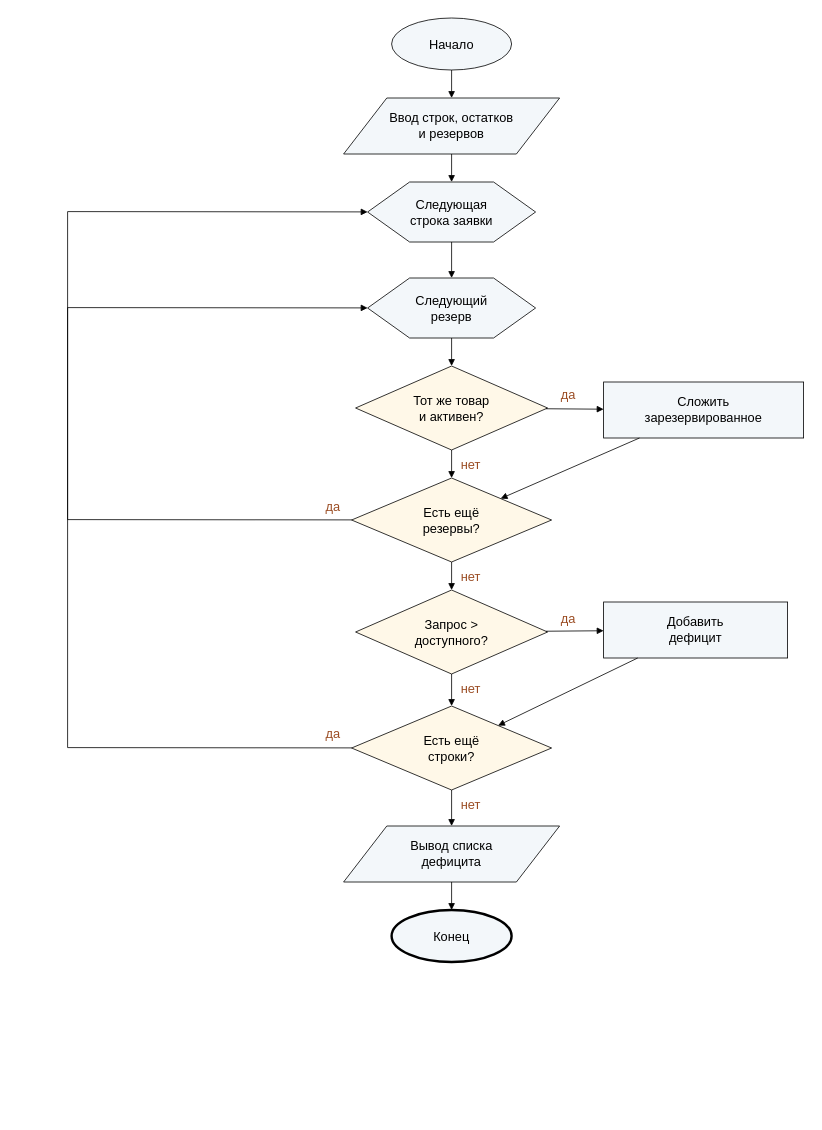
The draw.io diagram models/algo_1.drawio in iskanye/office-furniture, before the edit. Source tidied: cells renumbered, new cells numbered last; positions are measured from the earlier drawing's top-left corner, leaving out a move shared by most shapes. Both pictures are drawn from the tidied source at 80%, with x=0, y=0 at pixel (67, 18).
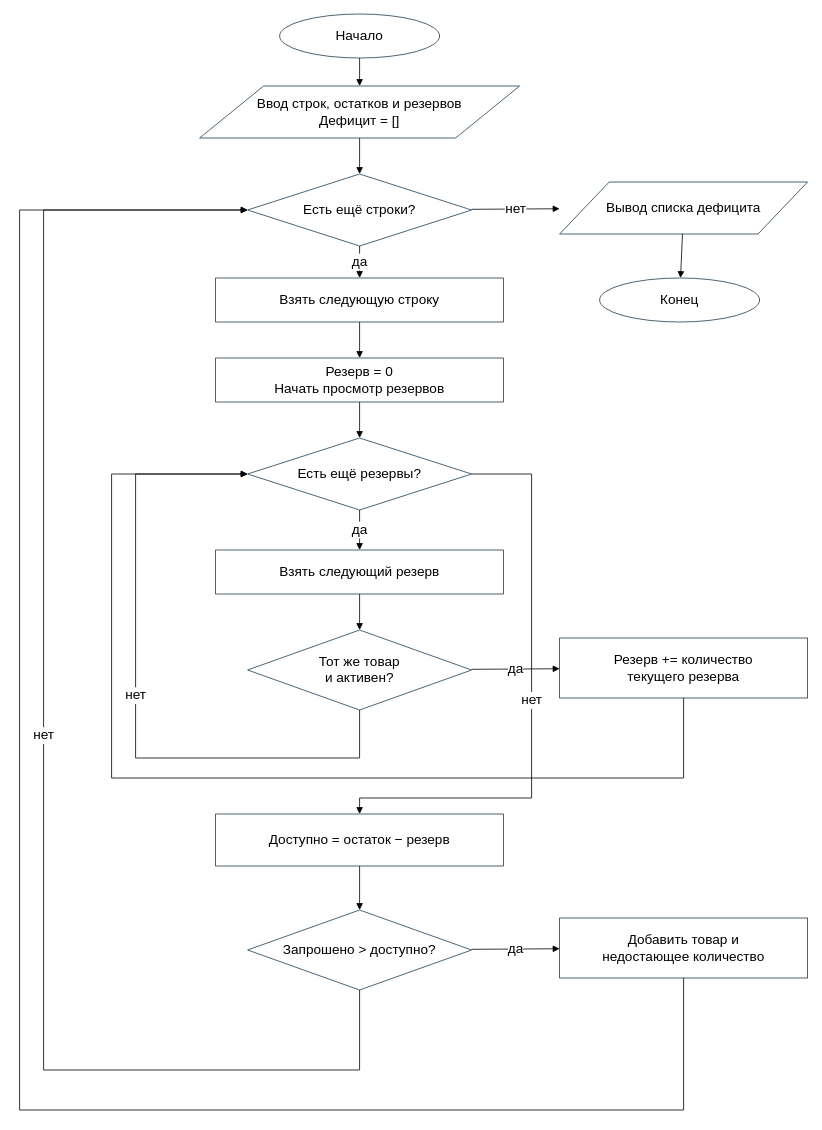
Above is the later version.

Commit message (it also covers changes not shown here):
Исправить BPMN и схему проверки доступности по замечаниям КТ2

Diff of the diagram source:
```diff
@@
-    <mxCell id="2" value="Начало" style="ellipse;whiteSpace=wrap;html=1;fillColor=#f3f7fa;fontSize=16;" parent="1" vertex="1">
-      <mxGeometry x="405" width="150" height="65" as="geometry" />
+    <mxCell id="2" value="Начало" style="shape=ellipse;whiteSpace=wrap;html=1;fontSize=17;fillColor=#ffffff;strokeColor=#233e52;" parent="1" vertex="1">
+      <mxGeometry x="265" y="-5" width="200" height="55" as="geometry" />
     </mxCell>
-    <mxCell id="3" value="Ввод строк, остатков&lt;br&gt;и резервов" style="shape=parallelogram;whiteSpace=wrap;html=1;fillColor=#f3f7fa;fontSize=16;" parent="1" vertex="1">
-      <mxGeometry x="345" y="100" width="270" height="70" as="geometry" />
-    </mxCell>
-    <mxCell id="4" value="Следующая&lt;br&gt;строка заявки" style="shape=hexagon;whiteSpace=wrap;html=1;fillColor=#f3f7fa;fontSize=16;" parent="1" vertex="1">
-      <mxGeometry x="375" y="205" width="210" height="75" as="geometry" />
-    </mxCell>
-    <mxCell id="5" value="Следующий&lt;br&gt;резерв" style="shape=hexagon;whiteSpace=wrap;html=1;fillColor=#f3f7fa;fontSize=16;" parent="1" vertex="1">
-      <mxGeometry x="375" y="325" width="210" height="75" as="geometry" />
-    </mxCell>
+    <mxCell id="37" value="Ввод строк, остатков и резервов&lt;br&gt;Дефицит = []" style="shape=parallelogram;whiteSpace=wrap;html=1;fontSize=17;fillColor=#ffffff;strokeColor=#233e52;" parent="1" vertex="1">
+      <mxGeometry x="165" y="85" width="400" height="65" as="geometry" />
+    </mxCell>
+    <mxCell id="38" value="Есть ещё строки?" style="shape=rhombus;whiteSpace=wrap;html=1;fontSize=17;fillColor=#ffffff;strokeColor=#233e52;" parent="1" vertex="1">
+      <mxGeometry x="225" y="195" width="280" height="90" as="geometry" />
+    </mxCell>
+    <mxCell id="39" value="Взять следующую строку" style="shape=rectangle;whiteSpace=wrap;html=1;fontSize=17;fillColor=#ffffff;strokeColor=#233e52;" parent="1" vertex="1">
+      <mxGeometry x="185" y="325" width="360" height="55" as="geometry" />
+    </mxCell>
+    <mxCell id="40" value="Резерв = 0&lt;br&gt;Начать просмотр резервов" style="shape=rectangle;whiteSpace=wrap;html=1;fontSize=17;fillColor=#ffffff;strokeColor=#233e52;" parent="1" vertex="1">
+      <mxGeometry x="185" y="425" width="360" height="55" as="geometry" />
+    </mxCell>
+    <mxCell id="8" value="Есть ещё резервы?" style="shape=rhombus;whiteSpace=wrap;html=1;fontSize=17;fillColor=#ffffff;strokeColor=#233e52;" parent="1" vertex="1">
+      <mxGeometry x="225" y="525" width="280" height="90" as="geometry" />
+    </mxCell>
+    <mxCell id="11" value="Взять следующий резерв" style="shape=rectangle;whiteSpace=wrap;html=1;fontSize=17;fillColor=#ffffff;strokeColor=#233e52;" parent="1" vertex="1">
+      <mxGeometry x="185" y="665" width="360" height="55" as="geometry" />
+    </mxCell>
-    <mxCell id="6" value="Тот же товар&lt;br&gt;и активен?" style="rhombus;whiteSpace=wrap;html=1;fillColor=#fff8e8;fontSize=16;" parent="1" vertex="1">
-      <mxGeometry x="360" y="435" width="240" height="105" as="geometry" />
+    <mxCell id="6" value="Тот же товар&lt;br&gt;и активен?" style="shape=rhombus;whiteSpace=wrap;html=1;fontSize=17;fillColor=#ffffff;strokeColor=#233e52;" parent="1" vertex="1">
+      <mxGeometry x="225" y="765" width="280" height="100" as="geometry" />
     </mxCell>
-    <mxCell id="7" value="Сложить&lt;br&gt;зарезервированное" style="rounded=0;whiteSpace=wrap;html=1;fillColor=#f3f7fa;fontSize=16;" parent="1" vertex="1">
-      <mxGeometry x="670" y="455" width="250" height="70" as="geometry" />
+    <mxCell id="7" value="Резерв += количество&lt;br&gt;текущего резерва" style="shape=rectangle;whiteSpace=wrap;html=1;fontSize=17;fillColor=#ffffff;strokeColor=#233e52;" parent="1" vertex="1">
+      <mxGeometry x="615" y="775" width="310" height="75" as="geometry" />
     </mxCell>
-    <mxCell id="8" value="Есть ещё&lt;br&gt;резервы?" style="rhombus;whiteSpace=wrap;html=1;fillColor=#fff8e8;fontSize=16;" parent="1" vertex="1">
-      <mxGeometry x="355" y="575" width="250" height="105" as="geometry" />
-    </mxCell>
+    <mxCell id="41" value="Доступно = остаток − резерв" style="shape=rectangle;whiteSpace=wrap;html=1;fontSize=17;fillColor=#ffffff;strokeColor=#233e52;" parent="1" vertex="1">
+      <mxGeometry x="185" y="995" width="360" height="65" as="geometry" />
+    </mxCell>
-    <mxCell id="9" value="Запрос &gt;&lt;br&gt;доступного?" style="rhombus;whiteSpace=wrap;html=1;fillColor=#fff8e8;fontSize=16;" parent="1" vertex="1">
-      <mxGeometry x="360" y="715" width="240" height="105" as="geometry" />
+    <mxCell id="9" value="Запрошено &gt; доступно?" style="shape=rhombus;whiteSpace=wrap;html=1;fontSize=17;fillColor=#ffffff;strokeColor=#233e52;" parent="1" vertex="1">
+      <mxGeometry x="225" y="1115" width="280" height="100" as="geometry" />
     </mxCell>
-    <mxCell id="10" value="Добавить&lt;br&gt;дефицит" style="rounded=0;whiteSpace=wrap;html=1;fillColor=#f3f7fa;fontSize=16;" parent="1" vertex="1">
-      <mxGeometry x="670" y="730" width="230" height="70" as="geometry" />
-    </mxCell>
-    <mxCell id="11" value="Есть ещё&lt;br&gt;строки?" style="rhombus;whiteSpace=wrap;html=1;fillColor=#fff8e8;fontSize=16;" parent="1" vertex="1">
-      <mxGeometry x="355" y="860" width="250" height="105" as="geometry" />
-    </mxCell>
+    <mxCell id="42" value="Добавить товар и&lt;br&gt;недостающее количество" style="shape=rectangle;whiteSpace=wrap;html=1;fontSize=17;fillColor=#ffffff;strokeColor=#233e52;" parent="1" vertex="1">
+      <mxGeometry x="615" y="1125" width="310" height="75" as="geometry" />
+    </mxCell>
-    <mxCell id="12" value="Вывод списка&lt;br&gt;дефицита" style="shape=parallelogram;whiteSpace=wrap;html=1;fillColor=#f3f7fa;fontSize=16;" parent="1" vertex="1">
-      <mxGeometry x="345" y="1010" width="270" height="70" as="geometry" />
+    <mxCell id="12" value="Вывод списка дефицита" style="shape=parallelogram;whiteSpace=wrap;html=1;fontSize=17;fillColor=#ffffff;strokeColor=#233e52;" parent="1" vertex="1">
+      <mxGeometry x="615" y="205" width="310" height="65" as="geometry" />
     </mxCell>
-    <mxCell id="13" value="Конец" style="ellipse;whiteSpace=wrap;html=1;strokeWidth=3;fillColor=#f3f7fa;fontSize=16;" parent="1" vertex="1">
-      <mxGeometry x="405" y="1115" width="150" height="65" as="geometry" />
+    <mxCell id="13" value="Конец" style="shape=ellipse;whiteSpace=wrap;html=1;fontSize=17;fillColor=#ffffff;strokeColor=#233e52;" parent="1" vertex="1">
+      <mxGeometry x="665" y="325" width="200" height="55" as="geometry" />
     </mxCell>
-    <mxCell id="14" style="endArrow=block;html=1;rounded=0;" parent="1" edge="1" source="2" target="3">
+    <mxCell id="14" style="endArrow=block;html=1;rounded=0;fontSize=17;" parent="1" edge="1" source="2" target="37">
       <mxGeometry relative="1" as="geometry" />
     </mxCell>
-    <mxCell id="15" style="endArrow=block;html=1;rounded=0;" parent="1" edge="1" source="3" target="4">
+    <mxCell id="15" style="endArrow=block;html=1;rounded=0;fontSize=17;" parent="1" edge="1" source="37" target="38">
       <mxGeometry relative="1" as="geometry" />
     </mxCell>
-    <mxCell id="16" style="endArrow=block;html=1;rounded=0;" parent="1" edge="1" source="4" target="5">
+    <mxCell id="16" value="да" style="endArrow=block;html=1;rounded=0;fontSize=17;" parent="1" edge="1" source="38" target="39">
       <mxGeometry relative="1" as="geometry" />
     </mxCell>
-    <mxCell id="17" style="endArrow=block;html=1;rounded=0;" parent="1" edge="1" source="5" target="6">
+    <mxCell id="17" value="нет" style="endArrow=block;html=1;rounded=0;fontSize=17;" parent="1" edge="1" source="38" target="12">
       <mxGeometry relative="1" as="geometry" />
     </mxCell>
-    <mxCell id="18" style="endArrow=block;html=1;rounded=0;" parent="1" edge="1" source="6" target="7">
+    <mxCell id="18" style="endArrow=block;html=1;rounded=0;fontSize=17;" parent="1" edge="1" source="12" target="13">
       <mxGeometry relative="1" as="geometry" />
     </mxCell>
-    <mxCell id="19" value="да" style="text;html=1;align=left;verticalAlign=middle;whiteSpace=wrap;fillColor=none;strokeColor=none;fontSize=16;fontColor=#9b4d24;" parent="1" vertex="1">
-      <mxGeometry x="615" y="459" width="45" height="24" as="geometry" />
-    </mxCell>
-    <mxCell id="20" style="endArrow=block;html=1;rounded=0;" parent="1" edge="1" source="6" target="8">
+    <mxCell id="20" style="endArrow=block;html=1;rounded=0;fontSize=17;" parent="1" edge="1" source="39" target="40">
       <mxGeometry relative="1" as="geometry" />
     </mxCell>
-    <mxCell id="21" value="нет" style="text;html=1;align=left;verticalAlign=middle;whiteSpace=wrap;fillColor=none;strokeColor=none;fontSize=16;fontColor=#9b4d24;" parent="1" vertex="1">
-      <mxGeometry x="490" y="546" width="45" height="24" as="geometry" />
-    </mxCell>
-    <mxCell id="22" style="endArrow=block;html=1;rounded=0;" parent="1" edge="1" source="7" target="8">
+    <mxCell id="22" style="endArrow=block;html=1;rounded=0;fontSize=17;" parent="1" edge="1" source="40" target="8">
       <mxGeometry relative="1" as="geometry" />
     </mxCell>
-    <mxCell id="23" style="endArrow=block;html=1;rounded=0;" parent="1" edge="1" source="8" target="5">
-      <mxGeometry relative="1" as="geometry">
-        <Array as="points">
-          <mxPoint y="627" />
-          <mxPoint y="362" />
-        </Array>
-      </mxGeometry>
+    <mxCell id="23" value="да" style="endArrow=block;html=1;rounded=0;fontSize=17;" parent="1" edge="1" source="8" target="11">
+      <mxGeometry relative="1" as="geometry" />
     </mxCell>
-    <mxCell id="24" value="да" style="text;html=1;align=left;verticalAlign=middle;whiteSpace=wrap;fillColor=none;strokeColor=none;fontSize=16;fontColor=#9b4d24;" parent="1" vertex="1">
-      <mxGeometry x="321" y="599" width="45" height="24" as="geometry" />
-    </mxCell>
-    <mxCell id="25" style="endArrow=block;html=1;rounded=0;" parent="1" edge="1" source="8" target="9">
+    <mxCell id="25" style="endArrow=block;html=1;rounded=0;fontSize=17;" parent="1" edge="1" source="11" target="6">
       <mxGeometry relative="1" as="geometry" />
     </mxCell>
-    <mxCell id="26" value="нет" style="text;html=1;align=left;verticalAlign=middle;whiteSpace=wrap;fillColor=none;strokeColor=none;fontSize=16;fontColor=#9b4d24;" parent="1" vertex="1">
-      <mxGeometry x="490" y="686" width="45" height="24" as="geometry" />
-    </mxCell>
-    <mxCell id="27" style="endArrow=block;html=1;rounded=0;" parent="1" edge="1" source="9" target="10">
+    <mxCell id="27" value="да" style="endArrow=block;html=1;rounded=0;fontSize=17;" parent="1" edge="1" source="6" target="7">
       <mxGeometry relative="1" as="geometry" />
     </mxCell>
-    <mxCell id="28" value="да" style="text;html=1;align=left;verticalAlign=middle;whiteSpace=wrap;fillColor=none;strokeColor=none;fontSize=16;fontColor=#9b4d24;" parent="1" vertex="1">
-      <mxGeometry x="615" y="739" width="45" height="24" as="geometry" />
-    </mxCell>
-    <mxCell id="29" style="endArrow=block;html=1;rounded=0;" parent="1" edge="1" source="9" target="11">
-      <mxGeometry relative="1" as="geometry" />
+    <mxCell id="29" value="нет" style="endArrow=block;html=1;rounded=0;fontSize=17;" parent="1" edge="1" source="6" target="8">
+      <mxGeometry relative="1" as="geometry">
+        <Array as="points">
+          <mxPoint x="365" y="925" />
+          <mxPoint x="85" y="925" />
+          <mxPoint x="85" y="570" />
+        </Array>
+      </mxGeometry>
     </mxCell>
-    <mxCell id="30" value="нет" style="text;html=1;align=left;verticalAlign=middle;whiteSpace=wrap;fillColor=none;strokeColor=none;fontSize=16;fontColor=#9b4d24;" parent="1" vertex="1">
-      <mxGeometry x="490" y="826" width="45" height="24" as="geometry" />
-    </mxCell>
-    <mxCell id="31" style="endArrow=block;html=1;rounded=0;" parent="1" edge="1" source="10" target="11">
-      <mxGeometry relative="1" as="geometry" />
+    <mxCell id="31" style="endArrow=block;html=1;rounded=0;fontSize=17;" parent="1" edge="1" source="7" target="8">
+      <mxGeometry relative="1" as="geometry">
+        <Array as="points">
+          <mxPoint x="770" y="950" />
+          <mxPoint x="55" y="950" />
+          <mxPoint x="55" y="570" />
+        </Array>
+      </mxGeometry>
     </mxCell>
-    <mxCell id="32" style="endArrow=block;html=1;rounded=0;" parent="1" edge="1" source="11" target="4">
+    <mxCell id="32" value="нет" style="endArrow=block;html=1;rounded=0;fontSize=17;" parent="1" edge="1" source="8" target="41">
       <mxGeometry relative="1" as="geometry">
         <Array as="points">
-          <mxPoint y="912" />
-          <mxPoint y="242" />
+          <mxPoint x="580" y="570" />
+          <mxPoint x="580" y="975" />
+          <mxPoint x="365" y="975" />
         </Array>
       </mxGeometry>
     </mxCell>
-    <mxCell id="33" value="да" style="text;html=1;align=left;verticalAlign=middle;whiteSpace=wrap;fillColor=none;strokeColor=none;fontSize=16;fontColor=#9b4d24;" parent="1" vertex="1">
-      <mxGeometry x="321" y="883" width="45" height="24" as="geometry" />
-    </mxCell>
-    <mxCell id="34" style="endArrow=block;html=1;rounded=0;" parent="1" edge="1" source="11" target="12">
+    <mxCell id="34" style="endArrow=block;html=1;rounded=0;fontSize=17;" parent="1" edge="1" source="41" target="9">
       <mxGeometry relative="1" as="geometry" />
     </mxCell>
-    <mxCell id="35" value="нет" style="text;html=1;align=left;verticalAlign=middle;whiteSpace=wrap;fillColor=none;strokeColor=none;fontSize=16;fontColor=#9b4d24;" parent="1" vertex="1">
-      <mxGeometry x="490" y="971" width="45" height="24" as="geometry" />
-    </mxCell>
-    <mxCell id="36" style="endArrow=block;html=1;rounded=0;" parent="1" edge="1" source="12" target="13">
+    <mxCell id="36" value="да" style="endArrow=block;html=1;rounded=0;fontSize=17;" parent="1" edge="1" source="9" target="42">
       <mxGeometry relative="1" as="geometry" />
     </mxCell>
+    <mxCell id="43" value="нет" style="endArrow=block;html=1;rounded=0;fontSize=17;" parent="1" edge="1" source="9" target="38">
+      <mxGeometry relative="1" as="geometry">
+        <Array as="points">
+          <mxPoint x="365" y="1315" />
+          <mxPoint x="-30" y="1315" />
+          <mxPoint x="-30" y="240" />
+        </Array>
+      </mxGeometry>
+    </mxCell>
+    <mxCell id="44" style="endArrow=block;html=1;rounded=0;fontSize=17;" parent="1" edge="1" source="42" target="38">
+      <mxGeometry relative="1" as="geometry">
+        <Array as="points">
+          <mxPoint x="770" y="1365" />
+          <mxPoint x="-60" y="1365" />
+          <mxPoint x="-60" y="240" />
+        </Array>
+      </mxGeometry>
+    </mxCell>
```
